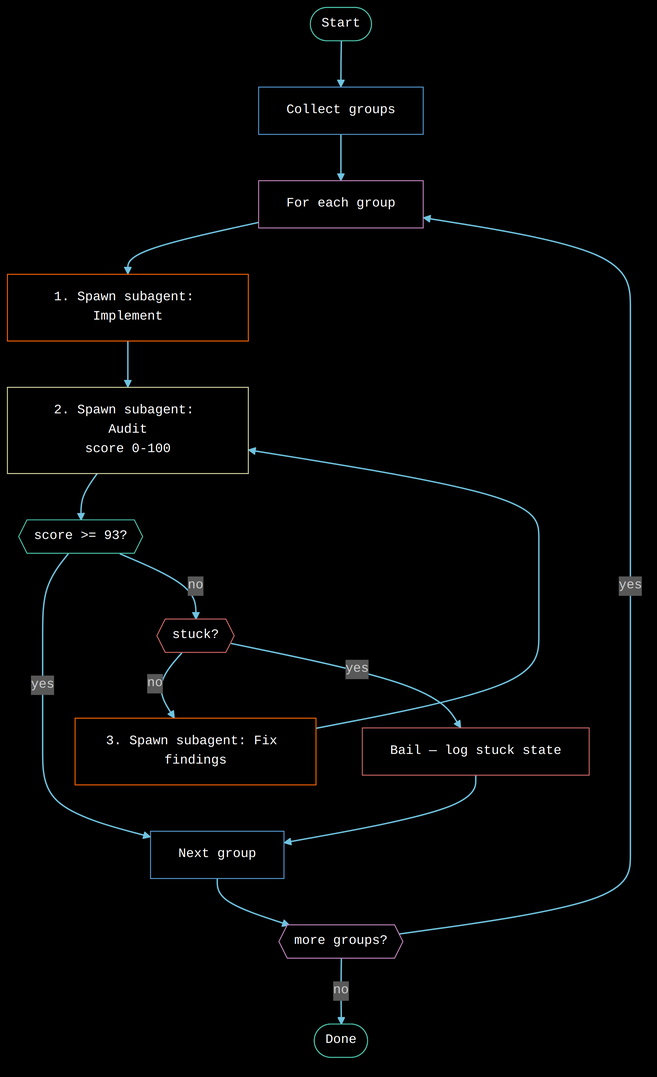
Earlier version of the Mermaid export WORKFLOW.png (Distortedlogic/lx). Its source is kept beside it as WORKFLOW.mmd. Source of this version:
```mermaid
graph TD
    start(["Start"]):::teal
    start --> groups["Collect groups"]:::blue
    groups --> loop_start["For each group"]:::purple

    loop_start --> implement["1. Spawn subagent: Implement"]:::orange
    implement --> audit["2. Spawn subagent: Audit\nscore 0-100"]:::yellow
    audit --> check{{"score >= 93?"}}:::teal

    check -- "yes" --> next_group["Next group"]:::blue
    check -- "no" --> stuck{{"stuck?"}}:::red

    stuck -- "no" --> fix["3. Spawn subagent: Fix findings"]:::orange
    fix --> audit

    stuck -- "yes" --> bail["Bail — log stuck state"]:::red
    bail --> next_group

    next_group --> more{{"more groups?"}}:::purple
    more -- "yes" --> loop_start
    more -- "no" --> done(["Done"]):::teal

    classDef teal fill:#000,stroke:#4ec9b0,color:#fff
    classDef blue fill:#000,stroke:#569cd6,color:#fff
    classDef purple fill:#000,stroke:#c586c0,color:#fff
    classDef orange fill:#000,stroke:#ff6600,color:#fff
    classDef yellow fill:#000,stroke:#dcdcaa,color:#fff
    classDef red fill:#000,stroke:#d16969,color:#fff

    linkStyle default stroke:#6fc3df,stroke-width:1.5px
```
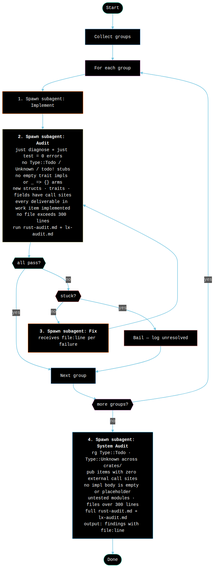
The same file after the commit.

What changed in the source:
```diff
@@ -4,21 +4,36 @@
     groups --> loop_start["For each group"]:::purple
 
     loop_start --> implement["1. Spawn subagent: Implement"]:::orange
-    implement --> audit["2. Spawn subagent: Audit\nscore 0-100"]:::yellow
-    audit --> check{{"score >= 93?"}}:::teal
+    implement --> audit["`**2. Spawn subagent: Audit**
+just diagnose + just test = 0 errors
+no Type::Todo / Unknown / todo! stubs
+no empty trait impls or _ => {} arms
+new structs · traits · fields have call sites
+every deliverable in work item implemented
+no file exceeds 300 lines
+run rust-audit.md + lx-audit.md`"]:::yellow
+    audit --> check{{"all pass?"}}:::teal
 
     check -- "yes" --> next_group["Next group"]:::blue
     check -- "no" --> stuck{{"stuck?"}}:::red
 
-    stuck -- "no" --> fix["3. Spawn subagent: Fix findings"]:::orange
+    stuck -- "no" --> fix["`**3. Spawn subagent: Fix**
+receives file:line per failure`"]:::orange
     fix --> audit
 
-    stuck -- "yes" --> bail["Bail — log stuck state"]:::red
+    stuck -- "yes" --> bail["Bail — log unresolved"]:::red
     bail --> next_group
 
     next_group --> more{{"more groups?"}}:::purple
     more -- "yes" --> loop_start
-    more -- "no" --> done(["Done"]):::teal
+    more -- "no" --> sys_audit["`**4. Spawn subagent: System Audit**
+rg Type::Todo · Type::Unknown across crates/
+pub items with zero external call sites
+no impl body is empty or placeholder
+untested modules · files over 300 lines
+full rust-audit.md + lx-audit.md
+output: findings with file:line`"]:::cyan
+    sys_audit --> done(["Done"]):::teal
 
     classDef teal fill:#000,stroke:#4ec9b0,color:#fff
     classDef blue fill:#000,stroke:#569cd6,color:#fff
@@ -26,5 +41,6 @@
     classDef orange fill:#000,stroke:#ff6600,color:#fff
     classDef yellow fill:#000,stroke:#dcdcaa,color:#fff
     classDef red fill:#000,stroke:#d16969,color:#fff
+    classDef cyan fill:#000,stroke:#4fc1ff,color:#fff
 
     linkStyle default stroke:#6fc3df,stroke-width:1.5px
```
